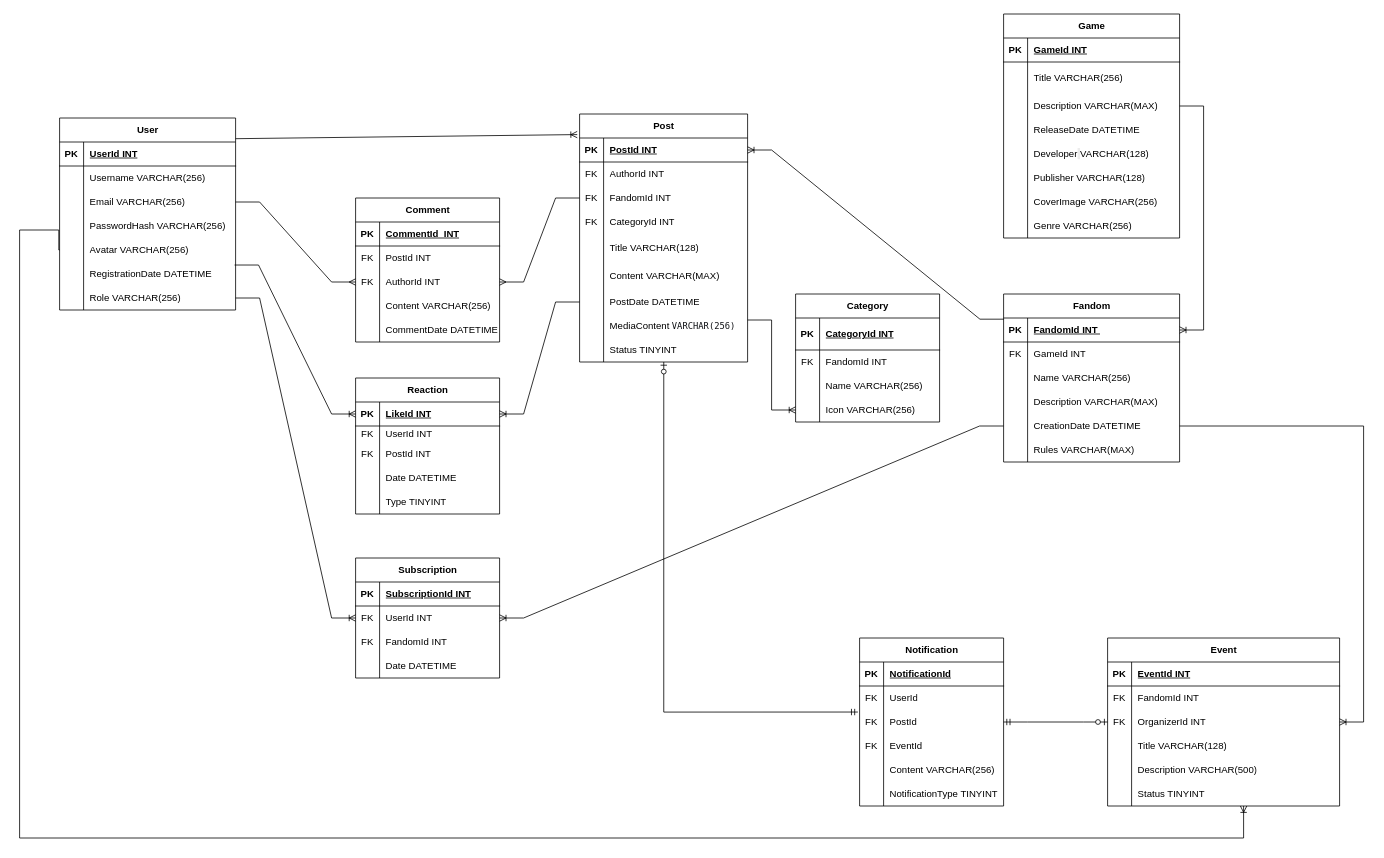
Earlier version of the draw.io diagram FanHubDiagram.drawio (Kaskinji/FanHub). Source tidied: cells renumbered, new cells numbered last; positions are measured from the earlier drawing's top-left corner, leaving out a move shared by most shapes. Both pictures are drawn from the tidied source at 80%, with x=0, y=0 at pixel (19, 14).
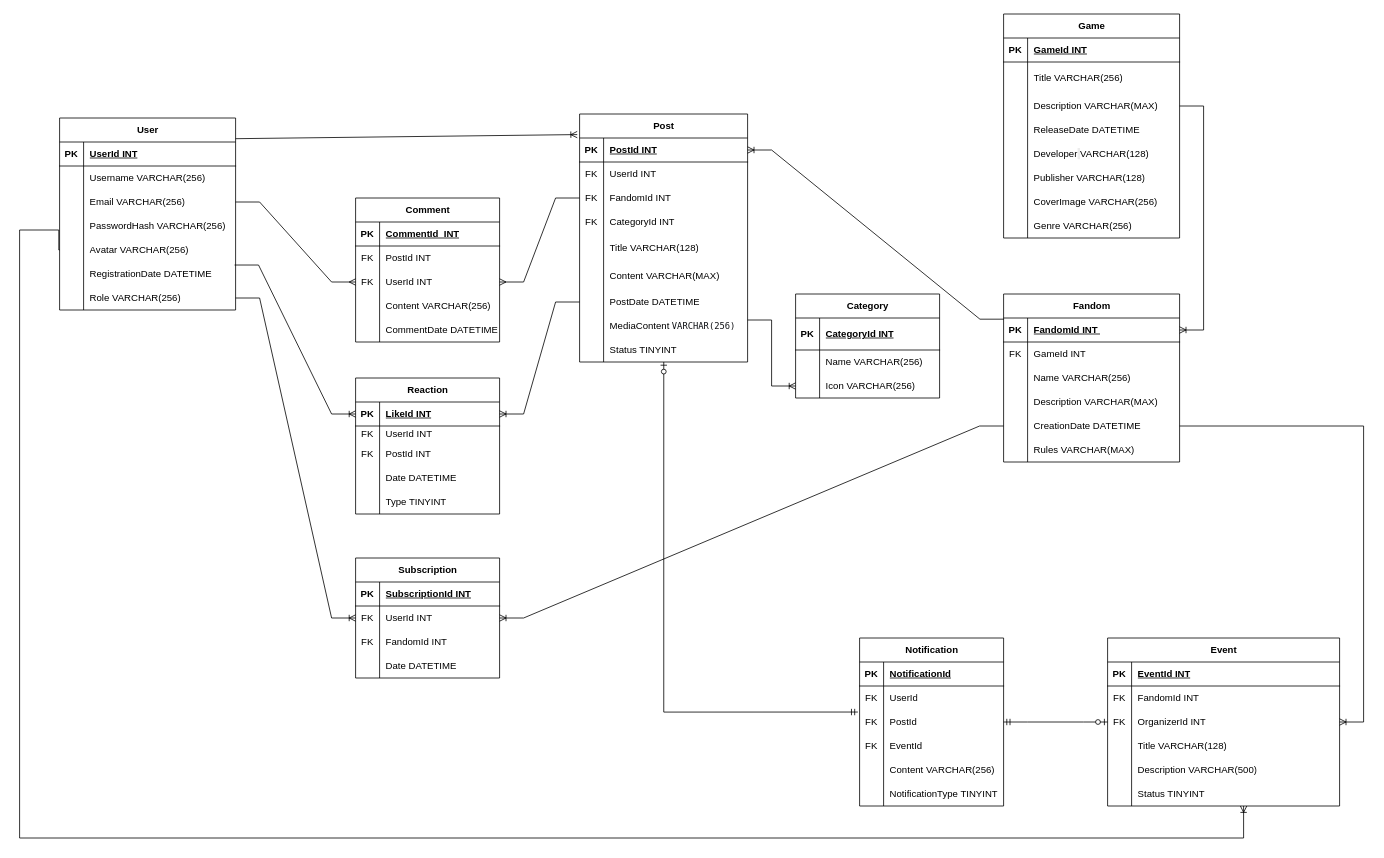
The same page after the edit.

Commit message:
corrected er-diagram

Unchanged cells that the change refers to:
```xml
<mxCell id="66" style="shape=tableRow;horizontal=0;startSize=0;swimlaneHead=0;swimlaneBody=0;fillColor=none;top=0;left=0;right=0;bottom=0;" parent="62" vertex="1">
  <mxGeometry y="60" width="210" height="30" as="geometry" />
</mxCell>
<mxCell id="97" style="shape=tableRow;horizontal=0;startSize=0;swimlaneHead=0;swimlaneBody=0;fillColor=none;points=[[0,0.5],[1,0.5]];portConstraint=eastwest;top=0;left=0;right=0;bottom=0;" parent="90" vertex="1">
  <mxGeometry y="90" width="180" height="30" as="geometry" />
</mxCell>
```

Change to the diagram source:
```diff
@@
-    <mxCell id="68" value="&lt;span style=&quot;text-align: center;&quot;&gt;AuthorId INT&lt;/span&gt;" style="shape=partialRectangle;fillColor=none;top=0;left=0;bottom=0;right=0;align=left;spacingLeft=6;overflow=hidden;whiteSpace=wrap;html=1;" parent="66" vertex="1">
+    <mxCell id="68" value="&lt;span style=&quot;text-align: center;&quot;&gt;UserId INT&lt;/span&gt;" style="shape=partialRectangle;fillColor=none;top=0;left=0;bottom=0;right=0;align=left;spacingLeft=6;overflow=hidden;whiteSpace=wrap;html=1;" parent="66" vertex="1">
       <mxGeometry x="30" width="180" height="30" as="geometry" />
     </mxCell>
@@
-    <mxCell id="99" value="&lt;span style=&quot;text-align: center;&quot;&gt;AuthorId INT&lt;/span&gt;" style="shape=partialRectangle;fillColor=none;top=0;left=0;bottom=0;right=0;align=left;spacingLeft=6;overflow=hidden;whiteSpace=wrap;html=1;" parent="97" vertex="1">
+    <mxCell id="99" value="&lt;span style=&quot;text-align: center;&quot;&gt;UserId INT&lt;/span&gt;" style="shape=partialRectangle;fillColor=none;top=0;left=0;bottom=0;right=0;align=left;spacingLeft=6;overflow=hidden;whiteSpace=wrap;html=1;" parent="97" vertex="1">
       <mxGeometry x="30" width="150" height="30" as="geometry" />
     </mxCell>
@@
     <mxCell id="141" value="Category" style="shape=table;startSize=30;childLayout=tableLayout;rowLines=0;fontStyle=1;align=center;html=1;" parent="1" vertex="1">
-      <mxGeometry x="970" y="350" width="180" height="160" as="geometry" />
+      <mxGeometry x="970" y="350" width="180" height="130" as="geometry" />
     </mxCell>
@@
-    <mxCell id="145" style="shape=tableRow;horizontal=0;startSize=0;swimlaneHead=0;swimlaneBody=0;fillColor=none;top=0;left=0;right=0;bottom=0;" parent="141" vertex="1">
-      <mxGeometry y="70" width="180" height="30" as="geometry" />
-    </mxCell>
-    <mxCell id="146" value="FK" style="shape=partialRectangle;fillColor=none;top=0;left=0;bottom=0;right=0;overflow=hidden;whiteSpace=wrap;html=1;" parent="145" vertex="1">
-      <mxGeometry width="30" height="30" as="geometry" />
-    </mxCell>
-    <mxCell id="147" value="&lt;span style=&quot;text-align: center;&quot;&gt;FandomId INT&lt;/span&gt;" style="shape=partialRectangle;fillColor=none;top=0;left=0;bottom=0;right=0;align=left;spacingLeft=6;overflow=hidden;whiteSpace=wrap;html=1;" parent="145" vertex="1">
-      <mxGeometry x="30" width="150" height="30" as="geometry" />
-    </mxCell>
     <mxCell id="148" style="shape=tableRow;horizontal=0;startSize=0;swimlaneHead=0;swimlaneBody=0;fillColor=none;top=0;left=0;right=0;bottom=0;" parent="141" vertex="1">
-      <mxGeometry y="100" width="180" height="30" as="geometry" />
+      <mxGeometry y="70" width="180" height="30" as="geometry" />
     </mxCell>
@@
     <mxCell id="151" style="shape=tableRow;horizontal=0;startSize=0;swimlaneHead=0;swimlaneBody=0;fillColor=none;points=[[0,0.5],[1,0.5]];portConstraint=eastwest;top=0;left=0;right=0;bottom=0;" parent="141" vertex="1">
-      <mxGeometry y="130" width="180" height="30" as="geometry" />
+      <mxGeometry y="100" width="180" height="30" as="geometry" />
     </mxCell>
```
